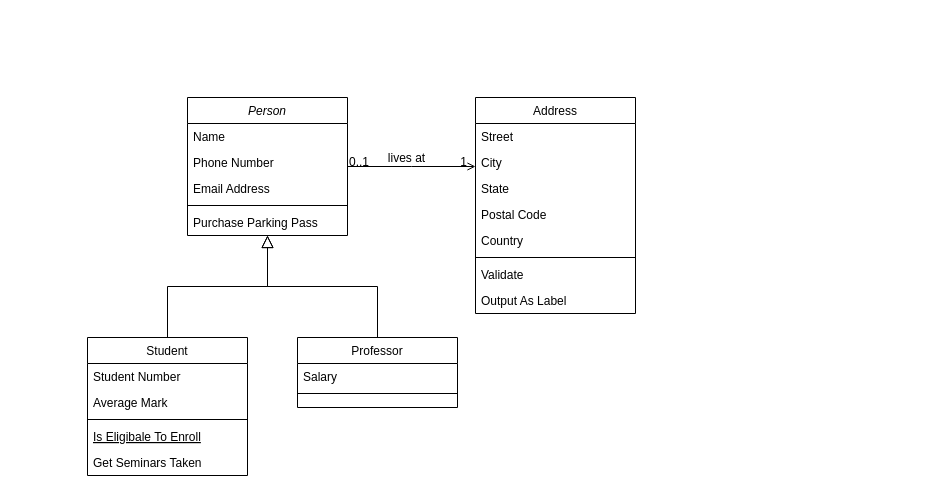
This is Untitled Diagram.drawio from MartonLak/cod, a draw.io file, before an edit. Source tidied: cells renumbered, new cells numbered last; positions are measured from the earlier drawing's top-left corner, leaving out a move shared by most shapes. Both pictures are drawn from the tidied source at 100%, with x=0, y=0 at pixel (87, 97).
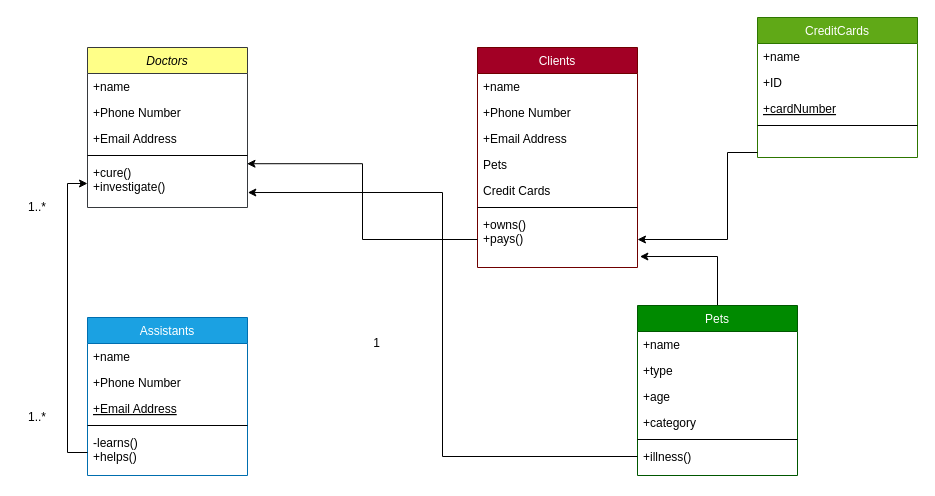
After the change.

Diff of the diagram source:
```diff
@@
-    <mxCell id="2" value="Person" style="swimlane;fontStyle=2;align=center;verticalAlign=top;horizontal=1;startSize=26;rounded=0;shadow=0;strokeWidth=1;" parent="1" vertex="1">
-      <mxGeometry x="100" width="160" height="138" as="geometry" />
+    <mxCell id="2" value="Doctors" style="swimlane;fontStyle=2;align=center;verticalAlign=top;horizontal=1;startSize=26;rounded=0;shadow=0;strokeWidth=1;fillColor=#ffff88;strokeColor=#36393d;" parent="1" vertex="1">
+      <mxGeometry y="-50" width="160" height="160" as="geometry" />
     </mxCell>
-    <mxCell id="3" value="Name" style="text;align=left;verticalAlign=top;spacingLeft=4;spacingRight=4;overflow=hidden;" parent="2" vertex="1">
+    <mxCell id="3" value="+name" style="text;align=left;verticalAlign=top;spacingLeft=4;spacingRight=4;overflow=hidden;" parent="2" vertex="1">
       <mxGeometry y="26" width="160" height="26" as="geometry" />
     </mxCell>
-    <mxCell id="4" value="Phone Number" style="text;align=left;verticalAlign=top;spacingLeft=4;spacingRight=4;overflow=hidden;rounded=0;shadow=0;html=0;" parent="2" vertex="1">
+    <mxCell id="4" value="+Phone Number" style="text;align=left;verticalAlign=top;spacingLeft=4;spacingRight=4;overflow=hidden;rounded=0;shadow=0;html=0;" parent="2" vertex="1">
       <mxGeometry y="52" width="160" height="26" as="geometry" />
     </mxCell>
-    <mxCell id="5" value="Email Address" style="text;align=left;verticalAlign=top;spacingLeft=4;spacingRight=4;overflow=hidden;rounded=0;shadow=0;html=0;" parent="2" vertex="1">
+    <mxCell id="5" value="+Email Address" style="text;align=left;verticalAlign=top;spacingLeft=4;spacingRight=4;overflow=hidden;rounded=0;shadow=0;html=0;" parent="2" vertex="1">
       <mxGeometry y="78" width="160" height="26" as="geometry" />
     </mxCell>
@@
-    <mxCell id="7" value="Purchase Parking Pass" style="text;align=left;verticalAlign=top;spacingLeft=4;spacingRight=4;overflow=hidden;points=[[0,0.5],[1,0.5]];portConstraint=eastwest;" parent="2" vertex="1">
-      <mxGeometry y="112" width="160" height="26" as="geometry" />
+    <mxCell id="7" value="+cure()&#10;+investigate()" style="text;align=left;verticalAlign=top;spacingLeft=4;spacingRight=4;overflow=hidden;points=[[0,0.5],[1,0.5]];portConstraint=eastwest;" parent="2" vertex="1">
+      <mxGeometry y="112" width="160" height="48" as="geometry" />
     </mxCell>
-    <mxCell id="8" value="Student" style="swimlane;fontStyle=0;align=center;verticalAlign=top;horizontal=1;startSize=26;rounded=0;shadow=0;strokeWidth=1;" parent="1" vertex="1">
-      <mxGeometry y="240" width="160" height="138" as="geometry" />
+    <mxCell id="8" value="Assistants" style="swimlane;fontStyle=0;align=center;verticalAlign=top;horizontal=1;startSize=26;rounded=0;shadow=0;strokeWidth=1;fillColor=#1ba1e2;strokeColor=#006EAF;fontColor=#ffffff;" parent="1" vertex="1">
+      <mxGeometry y="220" width="160" height="158" as="geometry" />
     </mxCell>
-    <mxCell id="9" value="Student Number" style="text;align=left;verticalAlign=top;spacingLeft=4;spacingRight=4;overflow=hidden;" parent="8" vertex="1">
+    <mxCell id="9" value="+name" style="text;align=left;verticalAlign=top;spacingLeft=4;spacingRight=4;overflow=hidden;" parent="8" vertex="1">
       <mxGeometry y="26" width="160" height="26" as="geometry" />
     </mxCell>
-    <mxCell id="10" value="Average Mark" style="text;align=left;verticalAlign=top;spacingLeft=4;spacingRight=4;overflow=hidden;rounded=0;shadow=0;html=0;" parent="8" vertex="1">
+    <mxCell id="10" value="+Phone Number" style="text;align=left;verticalAlign=top;spacingLeft=4;spacingRight=4;overflow=hidden;rounded=0;shadow=0;html=0;" parent="8" vertex="1">
       <mxGeometry y="52" width="160" height="26" as="geometry" />
     </mxCell>
-    <mxCell id="11" style="line;html=1;strokeWidth=1;align=left;verticalAlign=middle;spacingTop=-1;spacingLeft=3;spacingRight=3;labelPosition=right;" parent="8" vertex="1">
-      <mxGeometry y="78" width="160" height="8" as="geometry" />
-    </mxCell>
-    <mxCell id="12" value="Is Eligibale To Enroll" style="text;align=left;verticalAlign=top;spacingLeft=4;spacingRight=4;overflow=hidden;fontStyle=4;" parent="8" vertex="1">
-      <mxGeometry y="86" width="160" height="26" as="geometry" />
+    <mxCell id="12" value="+Email Address" style="text;align=left;verticalAlign=top;spacingLeft=4;spacingRight=4;overflow=hidden;fontStyle=4;" parent="8" vertex="1">
+      <mxGeometry y="78" width="160" height="26" as="geometry" />
     </mxCell>
+    <mxCell id="32" style="line;html=1;strokeWidth=1;align=left;verticalAlign=middle;spacingTop=-1;spacingLeft=3;spacingRight=3;labelPosition=right;" parent="8" vertex="1">
+      <mxGeometry y="104" width="160" height="8" as="geometry" />
+    </mxCell>
-    <mxCell id="13" value="Get Seminars Taken" style="text;align=left;verticalAlign=top;spacingLeft=4;spacingRight=4;overflow=hidden;points=[[0,0.5],[1,0.5]];portConstraint=eastwest;" parent="8" vertex="1">
-      <mxGeometry y="112" width="160" height="26" as="geometry" />
+    <mxCell id="13" value="-learns()&#10;+helps()" style="text;align=left;verticalAlign=top;spacingLeft=4;spacingRight=4;overflow=hidden;points=[[0,0.5],[1,0.5]];portConstraint=eastwest;" parent="8" vertex="1">
+      <mxGeometry y="112" width="160" height="46" as="geometry" />
     </mxCell>
-    <mxCell id="14" style="endArrow=block;endSize=10;endFill=0;shadow=0;strokeWidth=1;rounded=0;edgeStyle=elbowEdgeStyle;elbow=vertical;" parent="1" edge="1" source="8" target="2">
-      <mxGeometry relative="1" as="geometry" />
-    </mxCell>
-    <mxCell id="15" value="Professor" style="swimlane;fontStyle=0;align=center;verticalAlign=top;horizontal=1;startSize=26;rounded=0;shadow=0;strokeWidth=1;" parent="1" vertex="1">
-      <mxGeometry x="210" y="240" width="160" height="70" as="geometry" />
-    </mxCell>
-    <mxCell id="16" value="Salary" style="text;align=left;verticalAlign=top;spacingLeft=4;spacingRight=4;overflow=hidden;" parent="15" vertex="1">
-      <mxGeometry y="26" width="160" height="26" as="geometry" />
-    </mxCell>
-    <mxCell id="17" style="line;html=1;strokeWidth=1;align=left;verticalAlign=middle;spacingTop=-1;spacingLeft=3;spacingRight=3;labelPosition=right;" parent="15" vertex="1">
-      <mxGeometry y="52" width="160" height="8" as="geometry" />
-    </mxCell>
-    <mxCell id="18" style="endArrow=block;endSize=10;endFill=0;shadow=0;strokeWidth=1;rounded=0;edgeStyle=elbowEdgeStyle;elbow=vertical;" parent="1" edge="1" source="15" target="2">
-      <mxGeometry relative="1" as="geometry" />
-    </mxCell>
-    <mxCell id="19" value="Address" style="swimlane;fontStyle=0;align=center;verticalAlign=top;horizontal=1;startSize=26;rounded=0;shadow=0;strokeWidth=1;" parent="1" vertex="1">
-      <mxGeometry x="388" width="160" height="216" as="geometry" />
+    <mxCell id="19" value="Clients" style="swimlane;fontStyle=0;align=center;verticalAlign=top;horizontal=1;startSize=26;rounded=0;shadow=0;strokeWidth=1;fillColor=#a20025;strokeColor=#6F0000;fontColor=#ffffff;" parent="1" vertex="1">
+      <mxGeometry x="390" y="-50" width="160" height="220" as="geometry" />
     </mxCell>
-    <mxCell id="20" value="Street" style="text;align=left;verticalAlign=top;spacingLeft=4;spacingRight=4;overflow=hidden;" parent="19" vertex="1">
+    <mxCell id="20" value="+name" style="text;align=left;verticalAlign=top;spacingLeft=4;spacingRight=4;overflow=hidden;" parent="19" vertex="1">
       <mxGeometry y="26" width="160" height="26" as="geometry" />
     </mxCell>
-    <mxCell id="21" value="City" style="text;align=left;verticalAlign=top;spacingLeft=4;spacingRight=4;overflow=hidden;rounded=0;shadow=0;html=0;" parent="19" vertex="1">
+    <mxCell id="21" value="+Phone Number" style="text;align=left;verticalAlign=top;spacingLeft=4;spacingRight=4;overflow=hidden;rounded=0;shadow=0;html=0;" parent="19" vertex="1">
       <mxGeometry y="52" width="160" height="26" as="geometry" />
     </mxCell>
-    <mxCell id="22" value="State" style="text;align=left;verticalAlign=top;spacingLeft=4;spacingRight=4;overflow=hidden;rounded=0;shadow=0;html=0;" parent="19" vertex="1">
+    <mxCell id="22" value="+Email Address" style="text;align=left;verticalAlign=top;spacingLeft=4;spacingRight=4;overflow=hidden;rounded=0;shadow=0;html=0;" parent="19" vertex="1">
       <mxGeometry y="78" width="160" height="26" as="geometry" />
     </mxCell>
-    <mxCell id="23" value="Postal Code" style="text;align=left;verticalAlign=top;spacingLeft=4;spacingRight=4;overflow=hidden;rounded=0;shadow=0;html=0;" parent="19" vertex="1">
+    <mxCell id="23" value="Pets" style="text;align=left;verticalAlign=top;spacingLeft=4;spacingRight=4;overflow=hidden;rounded=0;shadow=0;html=0;" parent="19" vertex="1">
       <mxGeometry y="104" width="160" height="26" as="geometry" />
     </mxCell>
-    <mxCell id="24" value="Country" style="text;align=left;verticalAlign=top;spacingLeft=4;spacingRight=4;overflow=hidden;rounded=0;shadow=0;html=0;" parent="19" vertex="1">
+    <mxCell id="24" value="Credit Cards" style="text;align=left;verticalAlign=top;spacingLeft=4;spacingRight=4;overflow=hidden;rounded=0;shadow=0;html=0;" parent="19" vertex="1">
       <mxGeometry y="130" width="160" height="26" as="geometry" />
     </mxCell>
@@
-    <mxCell id="26" value="Validate" style="text;align=left;verticalAlign=top;spacingLeft=4;spacingRight=4;overflow=hidden;points=[[0,0.5],[1,0.5]];portConstraint=eastwest;" parent="19" vertex="1">
-      <mxGeometry y="164" width="160" height="26" as="geometry" />
+    <mxCell id="26" value="+owns()&#10;+pays()" style="text;align=left;verticalAlign=top;spacingLeft=4;spacingRight=4;overflow=hidden;points=[[0,0.5],[1,0.5]];portConstraint=eastwest;" parent="19" vertex="1">
+      <mxGeometry y="164" width="160" height="56" as="geometry" />
     </mxCell>
-    <mxCell id="27" value="Output As Label" style="text;align=left;verticalAlign=top;spacingLeft=4;spacingRight=4;overflow=hidden;" parent="19" vertex="1">
-      <mxGeometry y="190" width="160" height="26" as="geometry" />
-    </mxCell>
-    <mxCell id="28" style="endArrow=open;shadow=0;strokeWidth=1;rounded=0;endFill=1;edgeStyle=elbowEdgeStyle;elbow=vertical;" parent="1" edge="1" source="2" target="19">
-      <mxGeometry x="0.5" y="41" relative="1" as="geometry">
-        <mxPoint x="-40" y="32" as="offset" />
-      </mxGeometry>
-    </mxCell>
-    <mxCell id="29" value="0..1" style="align=left;verticalAlign=bottom;labelBackgroundColor=none;fontSize=12;" parent="28" vertex="1">
-      <mxGeometry x="-1" relative="1" as="geometry">
-        <mxPoint y="4" as="offset" />
-      </mxGeometry>
-    </mxCell>
+    <mxCell id="33" value="1..*" style="text;html=1;strokeColor=none;fillColor=none;align=center;verticalAlign=middle;whiteSpace=wrap;rounded=0;" parent="1" vertex="1">
+      <mxGeometry x="-70" y="100" width="40" height="20" as="geometry" />
+    </mxCell>
+    <mxCell id="34" value="1..*" style="text;html=1;strokeColor=none;fillColor=none;align=center;verticalAlign=middle;whiteSpace=wrap;rounded=0;" parent="1" vertex="1">
+      <mxGeometry x="-70" y="310" width="40" height="20" as="geometry" />
+    </mxCell>
+    <mxCell id="35" style="edgeStyle=orthogonalEdgeStyle;rounded=0;jettySize=auto;html=1;exitX=0.5;exitY=0;exitDx=0;exitDy=0;entryX=1.015;entryY=0.804;entryDx=0;entryDy=0;entryPerimeter=0;startArrow=none;startFill=0;" parent="1" edge="1" source="36" target="26">
+      <mxGeometry relative="1" as="geometry" />
+    </mxCell>
+    <mxCell id="36" value="Pets" style="swimlane;fontStyle=0;align=center;verticalAlign=top;horizontal=1;startSize=26;rounded=0;shadow=0;strokeWidth=1;fillColor=#008a00;strokeColor=#005700;fontColor=#ffffff;" parent="1" vertex="1">
+      <mxGeometry x="550" y="208" width="160" height="170" as="geometry" />
+    </mxCell>
+    <mxCell id="37" value="+name" style="text;align=left;verticalAlign=top;spacingLeft=4;spacingRight=4;overflow=hidden;" parent="36" vertex="1">
+      <mxGeometry y="26" width="160" height="26" as="geometry" />
+    </mxCell>
+    <mxCell id="38" value="+type" style="text;align=left;verticalAlign=top;spacingLeft=4;spacingRight=4;overflow=hidden;rounded=0;shadow=0;html=0;" parent="36" vertex="1">
+      <mxGeometry y="52" width="160" height="26" as="geometry" />
+    </mxCell>
+    <mxCell id="39" value="+age" style="text;align=left;verticalAlign=top;spacingLeft=4;spacingRight=4;overflow=hidden;rounded=0;shadow=0;html=0;" parent="36" vertex="1">
+      <mxGeometry y="78" width="160" height="26" as="geometry" />
+    </mxCell>
+    <mxCell id="40" value="+category" style="text;align=left;verticalAlign=top;spacingLeft=4;spacingRight=4;overflow=hidden;rounded=0;shadow=0;html=0;" parent="36" vertex="1">
+      <mxGeometry y="104" width="160" height="26" as="geometry" />
+    </mxCell>
+    <mxCell id="41" style="line;html=1;strokeWidth=1;align=left;verticalAlign=middle;spacingTop=-1;spacingLeft=3;spacingRight=3;labelPosition=right;" parent="36" vertex="1">
+      <mxGeometry y="130" width="160" height="8" as="geometry" />
+    </mxCell>
+    <mxCell id="42" value="+illness()" style="text;align=left;verticalAlign=top;spacingLeft=4;spacingRight=4;overflow=hidden;points=[[0,0.5],[1,0.5]];portConstraint=eastwest;" parent="36" vertex="1">
+      <mxGeometry y="138" width="160" height="26" as="geometry" />
+    </mxCell>
-    <mxCell id="30" value="1" style="align=right;verticalAlign=bottom;labelBackgroundColor=none;fontSize=12;" parent="28" vertex="1">
-      <mxGeometry x="1" relative="1" as="geometry">
-        <mxPoint x="-7" y="4" as="offset" />
-      </mxGeometry>
+    <mxCell id="30" value="1" style="align=right;verticalAlign=bottom;labelBackgroundColor=none;fontSize=12;" parent="1" vertex="1">
+      <mxGeometry x="294" y="254" as="geometry" />
     </mxCell>
-    <mxCell id="31" value="lives at" style="text;html=1;align=center;verticalAlign=middle;labelBackgroundColor=none;rounded=0;shadow=0;strokeWidth=1;fontSize=12;" parent="28" vertex="1">
-      <mxGeometry x="0.5" y="49" relative="1" as="geometry">
-        <mxPoint x="-38" y="40" as="offset" />
-      </mxGeometry>
-    </mxCell>
+    <mxCell id="43" style="edgeStyle=orthogonalEdgeStyle;rounded=0;jettySize=auto;html=1;exitX=0;exitY=0.5;exitDx=0;exitDy=0;startArrow=none;startFill=0;entryX=0.997;entryY=0.088;entryDx=0;entryDy=0;entryPerimeter=0;" parent="1" edge="1" source="26" target="7">
+      <mxGeometry relative="1" as="geometry" />
+    </mxCell>
+    <mxCell id="44" style="edgeStyle=orthogonalEdgeStyle;rounded=0;jettySize=auto;html=1;exitX=0;exitY=0.5;exitDx=0;exitDy=0;entryX=0;entryY=0.5;entryDx=0;entryDy=0;startArrow=none;startFill=0;" parent="1" edge="1" source="13" target="7">
+      <mxGeometry relative="1" as="geometry" />
+    </mxCell>
+    <mxCell id="45" value="CreditCards" style="swimlane;fontStyle=0;align=center;verticalAlign=top;horizontal=1;startSize=26;rounded=0;shadow=0;strokeWidth=1;fillColor=#60a917;strokeColor=#2D7600;fontColor=#ffffff;" parent="1" vertex="1">
+      <mxGeometry x="670" y="-80" width="160" height="140" as="geometry" />
+    </mxCell>
+    <mxCell id="46" value="+name" style="text;align=left;verticalAlign=top;spacingLeft=4;spacingRight=4;overflow=hidden;" parent="45" vertex="1">
+      <mxGeometry y="26" width="160" height="26" as="geometry" />
+    </mxCell>
+    <mxCell id="47" value="+ID" style="text;align=left;verticalAlign=top;spacingLeft=4;spacingRight=4;overflow=hidden;rounded=0;shadow=0;html=0;" parent="45" vertex="1">
+      <mxGeometry y="52" width="160" height="26" as="geometry" />
+    </mxCell>
+    <mxCell id="48" value="+cardNumber" style="text;align=left;verticalAlign=top;spacingLeft=4;spacingRight=4;overflow=hidden;fontStyle=4;" parent="45" vertex="1">
+      <mxGeometry y="78" width="160" height="26" as="geometry" />
+    </mxCell>
+    <mxCell id="49" style="line;html=1;strokeWidth=1;align=left;verticalAlign=middle;spacingTop=-1;spacingLeft=3;spacingRight=3;labelPosition=right;" parent="45" vertex="1">
+      <mxGeometry y="104" width="160" height="8" as="geometry" />
+    </mxCell>
+    <mxCell id="50" style="edgeStyle=orthogonalEdgeStyle;rounded=0;jettySize=auto;html=1;exitX=0;exitY=0.5;exitDx=0;exitDy=0;startArrow=none;startFill=0;" parent="1" edge="1" target="26">
+      <mxGeometry relative="1" as="geometry">
+        <mxPoint x="670" y="55" as="sourcePoint" />
+        <Array as="points">
+          <mxPoint x="640" y="55" />
+          <mxPoint x="640" y="142" />
+        </Array>
+      </mxGeometry>
+    </mxCell>
+    <mxCell id="51" style="edgeStyle=orthogonalEdgeStyle;rounded=0;jettySize=auto;html=1;exitX=0;exitY=0.5;exitDx=0;exitDy=0;entryX=1.002;entryY=0.688;entryDx=0;entryDy=0;entryPerimeter=0;startArrow=none;startFill=0;" parent="1" edge="1" source="42" target="7">
+      <mxGeometry relative="1" as="geometry" />
+    </mxCell>
```
